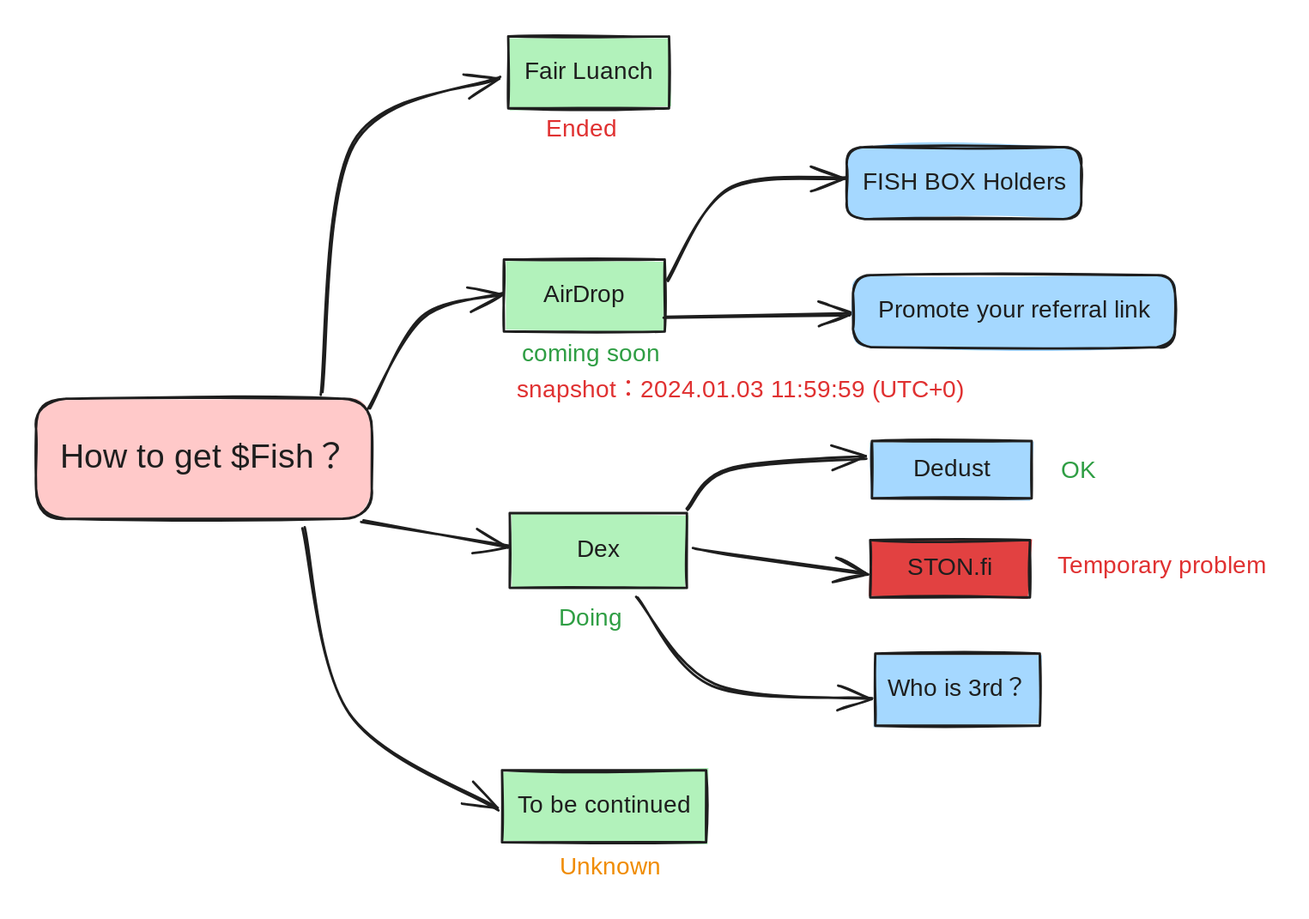
Before: .gitbook/assets/file.excalidraw.svg, a diagram exported from Excalidraw (buyan001/FISH-CN). Source tidied: one line per element, renumbered; positions are measured from the earlier drawing's top-left corner, leaving out a move shared by most shapes.
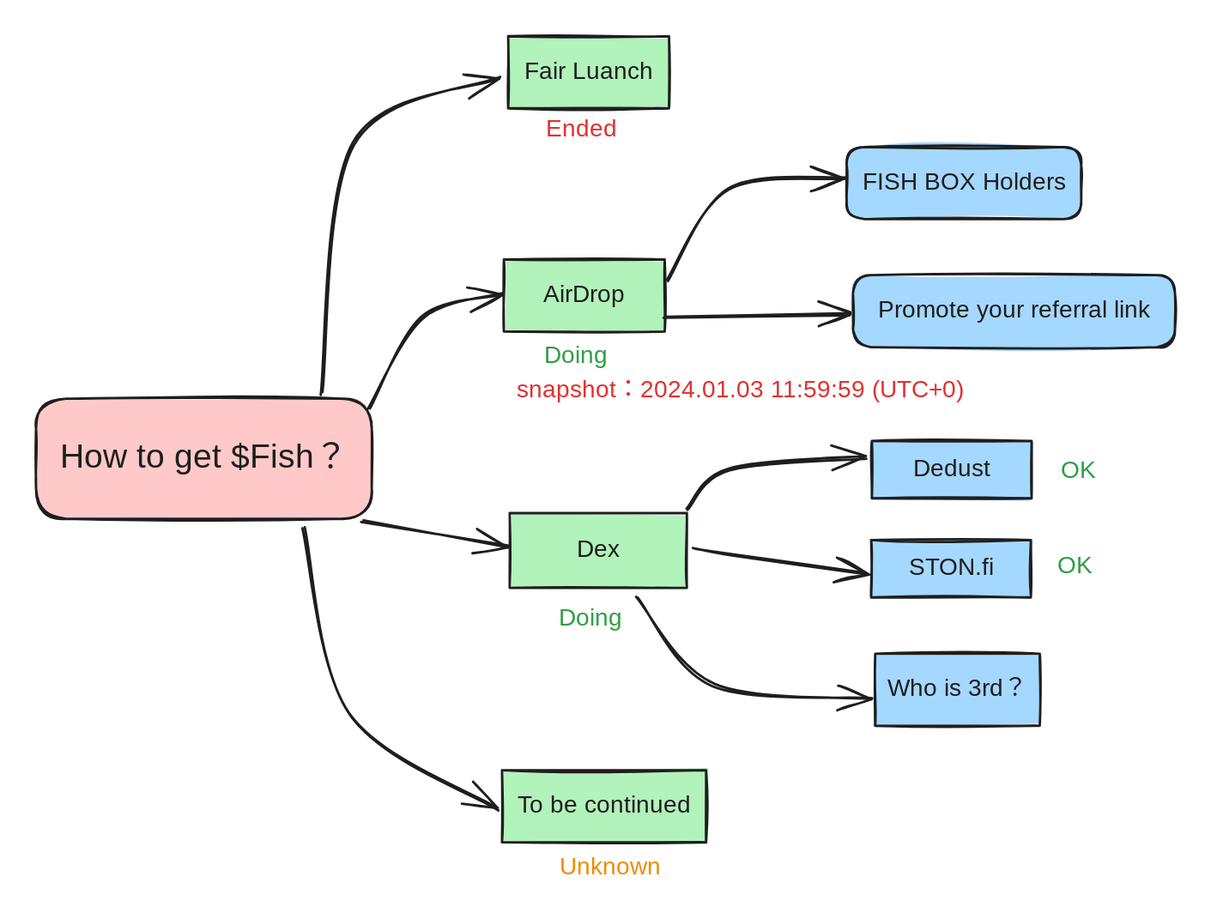
After the commit.

Commit message:
GITBOOK-62: No subject

What changed in the source:
```diff
@@ -15,11 +15,11 @@
 {"id": 14, "type": "text", "text": "AirDrop", "strokeColor": "#1e1e1e", "strokeWidth": 2, "roughness": 1, "fontSize": 20, "fontFamily": 1, "textAlign": "center", "verticalAlign": "middle", "inside": 13, "x": 421, "y": 203, "width": 71, "height": 25}
 {"id": 15, "type": "arrow", "strokeColor": "#1e1e1e", "strokeWidth": 2, "roughness": 1, "endArrowhead": "arrow", "round": true, "to": 13, "x": 277, "y": 309, "width": 112, "height": 96, "points": [[0, 0], [46, -75], [112, -96]]}
 {"id": 16, "type": "arrow", "strokeColor": "#1e1e1e", "strokeWidth": 2, "roughness": 1, "endArrowhead": "arrow", "round": true, "from": 2, "to": 5, "x": 541, "y": 394, "width": 149, "height": 43, "points": [[0, 0], [36, -34], [149, -43]]}
-{"id": 17, "type": "arrow", "strokeColor": "#1e1e1e", "strokeWidth": 2, "roughness": 1, "endArrowhead": "arrow", "round": true, "from": 2, "to": 18, "x": 548, "y": 426, "width": 143, "height": 21, "points": [[0, 0], [34, 6], [143, 21]]}
+{"id": 17, "type": "arrow", "strokeColor": "#1e1e1e", "strokeWidth": 2, "roughness": 1, "endArrowhead": "arrow", "round": true, "from": 2, "to": 18, "x": 548, "y": 426, "width": 144, "height": 21, "points": [[0, 0], [34, 6], [144, 21]]}
-{"id": 18, "type": "rectangle", "strokeColor": "#1e1e1e", "backgroundColor": "#e24141", "fillStyle": "solid", "strokeWidth": 2, "roughness": 1, "x": 694, "y": 419, "width": 133, "height": 48}
+{"id": 18, "type": "rectangle", "strokeColor": "#1e1e1e", "backgroundColor": "#a5d8ff", "fillStyle": "solid", "strokeWidth": 2, "roughness": 1, "x": 695, "y": 419, "width": 133, "height": 48}
-{"id": 19, "type": "text", "text": "STON.fi", "strokeColor": "#1e1e1e", "strokeWidth": 2, "roughness": 1, "fontSize": 20, "fontFamily": 1, "textAlign": "center", "verticalAlign": "middle", "inside": 18, "x": 723, "y": 431, "width": 75, "height": 25}
+{"id": 19, "type": "text", "text": "STON.fi", "strokeColor": "#1e1e1e", "strokeWidth": 2, "roughness": 1, "fontSize": 20, "fontFamily": 1, "textAlign": "center", "verticalAlign": "middle", "inside": 18, "x": 724, "y": 431, "width": 75, "height": 25}
 {"id": 20, "type": "text", "text": "Ended\n", "strokeColor": "#e03131", "strokeWidth": 2, "roughness": 1, "fontSize": 20, "fontFamily": 1, "x": 424, "y": 66, "width": 57, "height": 50}
-{"id": 21, "type": "text", "text": "coming soon", "strokeColor": "#2f9e44", "strokeWidth": 2, "roughness": 1, "fontSize": 20, "fontFamily": 1, "x": 404, "y": 253, "width": 110, "height": 25}
+{"id": 21, "type": "text", "text": "Doing", "strokeColor": "#2f9e44", "strokeWidth": 2, "roughness": 1, "fontSize": 20, "fontFamily": 1, "x": 423, "y": 254, "width": 54, "height": 25}
 {"id": 22, "type": "arrow", "strokeColor": "#1e1e1e", "strokeWidth": 2, "roughness": 1, "endArrowhead": "arrow", "round": true, "from": 2, "to": 23, "x": 501, "y": 467, "width": 195, "height": 85, "points": [[0, 0], [63, 74], [195, 85]]}
 {"id": 23, "type": "rectangle", "strokeColor": "#1e1e1e", "backgroundColor": "#a5d8ff", "fillStyle": "solid", "strokeWidth": 2, "roughness": 1, "x": 698, "y": 514, "width": 137, "height": 60}
 {"id": 24, "type": "text", "text": "Who is 3rd？", "strokeColor": "#1e1e1e", "strokeWidth": 2, "roughness": 1, "fontSize": 20, "fontFamily": 1, "textAlign": "center", "verticalAlign": "middle", "inside": 23, "x": 705, "y": 531, "width": 125, "height": 25}
@@ -32,5 +32,5 @@
 {"id": 31, "type": "text", "text": "Promote your referral link", "strokeColor": "#1e1e1e", "backgroundColor": "#a5d8ff", "fillStyle": "solid", "strokeWidth": 2, "roughness": 1, "fontSize": 20, "fontFamily": 1, "textAlign": "center", "verticalAlign": "middle", "inside": 30, "x": 687, "y": 216, "width": 254, "height": 25}
 {"id": 32, "type": "text", "text": "\nUnknown", "strokeColor": "#f08c00", "backgroundColor": "#a5d8ff", "fillStyle": "solid", "strokeWidth": 2, "roughness": 1, "fontSize": 20, "fontFamily": 1, "x": 436, "y": 655, "width": 75, "height": 50}
 {"id": 33, "type": "text", "text": "snapshot：2024.01.03 11:59:59 (UTC+0)", "strokeColor": "#e03131", "backgroundColor": "#a5d8ff", "fillStyle": "solid", "strokeWidth": 2, "roughness": 1, "fontSize": 20, "fontFamily": 1, "x": 400, "y": 283, "width": 393, "height": 25}
-{"id": 34, "type": "text", "text": "Temporary problem\n", "strokeColor": "#e03131", "backgroundColor": "#e24141", "fillStyle": "solid", "strokeWidth": 2, "roughness": 1, "fontSize": 20, "fontFamily": 1, "x": 850, "y": 429, "width": 179, "height": 50}
+{"id": 34, "type": "text", "text": "OK", "strokeColor": "#2f9e44", "backgroundColor": "#e24141", "fillStyle": "solid", "strokeWidth": 2, "roughness": 1, "fontSize": 20, "fontFamily": 1, "x": 850, "y": 429, "width": 27, "height": 25}
 {"id": 35, "type": "text", "text": "OK", "strokeColor": "#2f9e44", "backgroundColor": "#e24141", "fillStyle": "solid", "strokeWidth": 2, "roughness": 1, "fontSize": 20, "fontFamily": 1, "x": 853, "y": 350, "width": 27, "height": 25}
```
